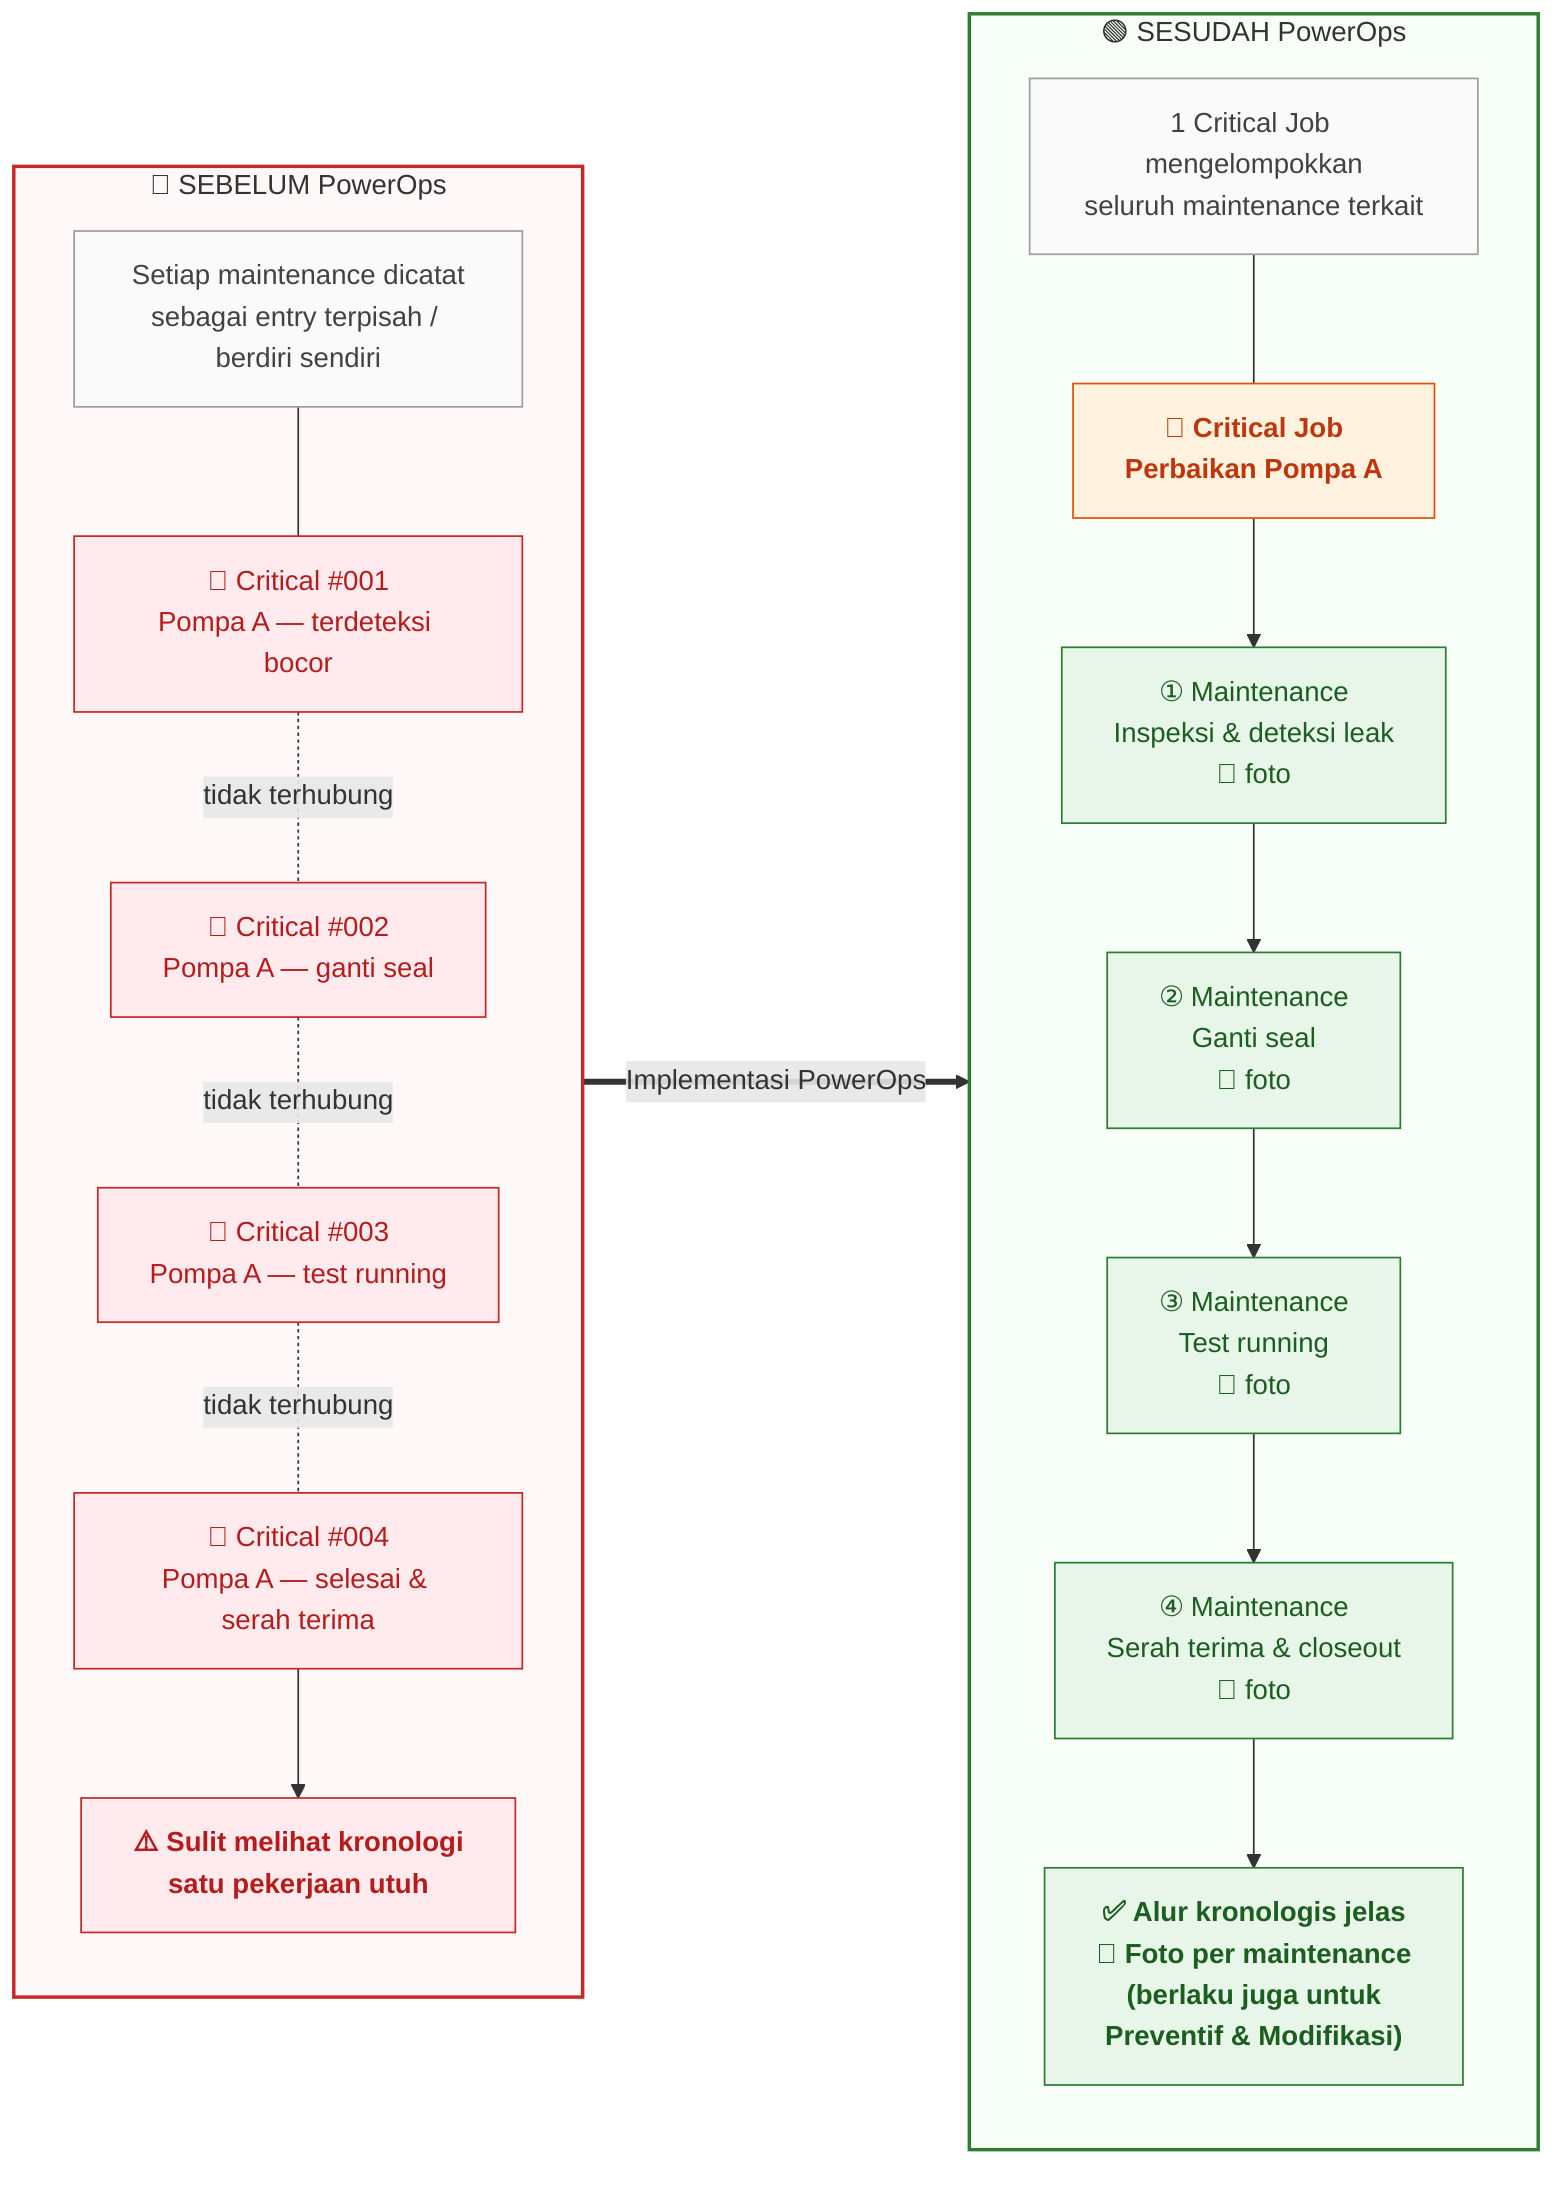
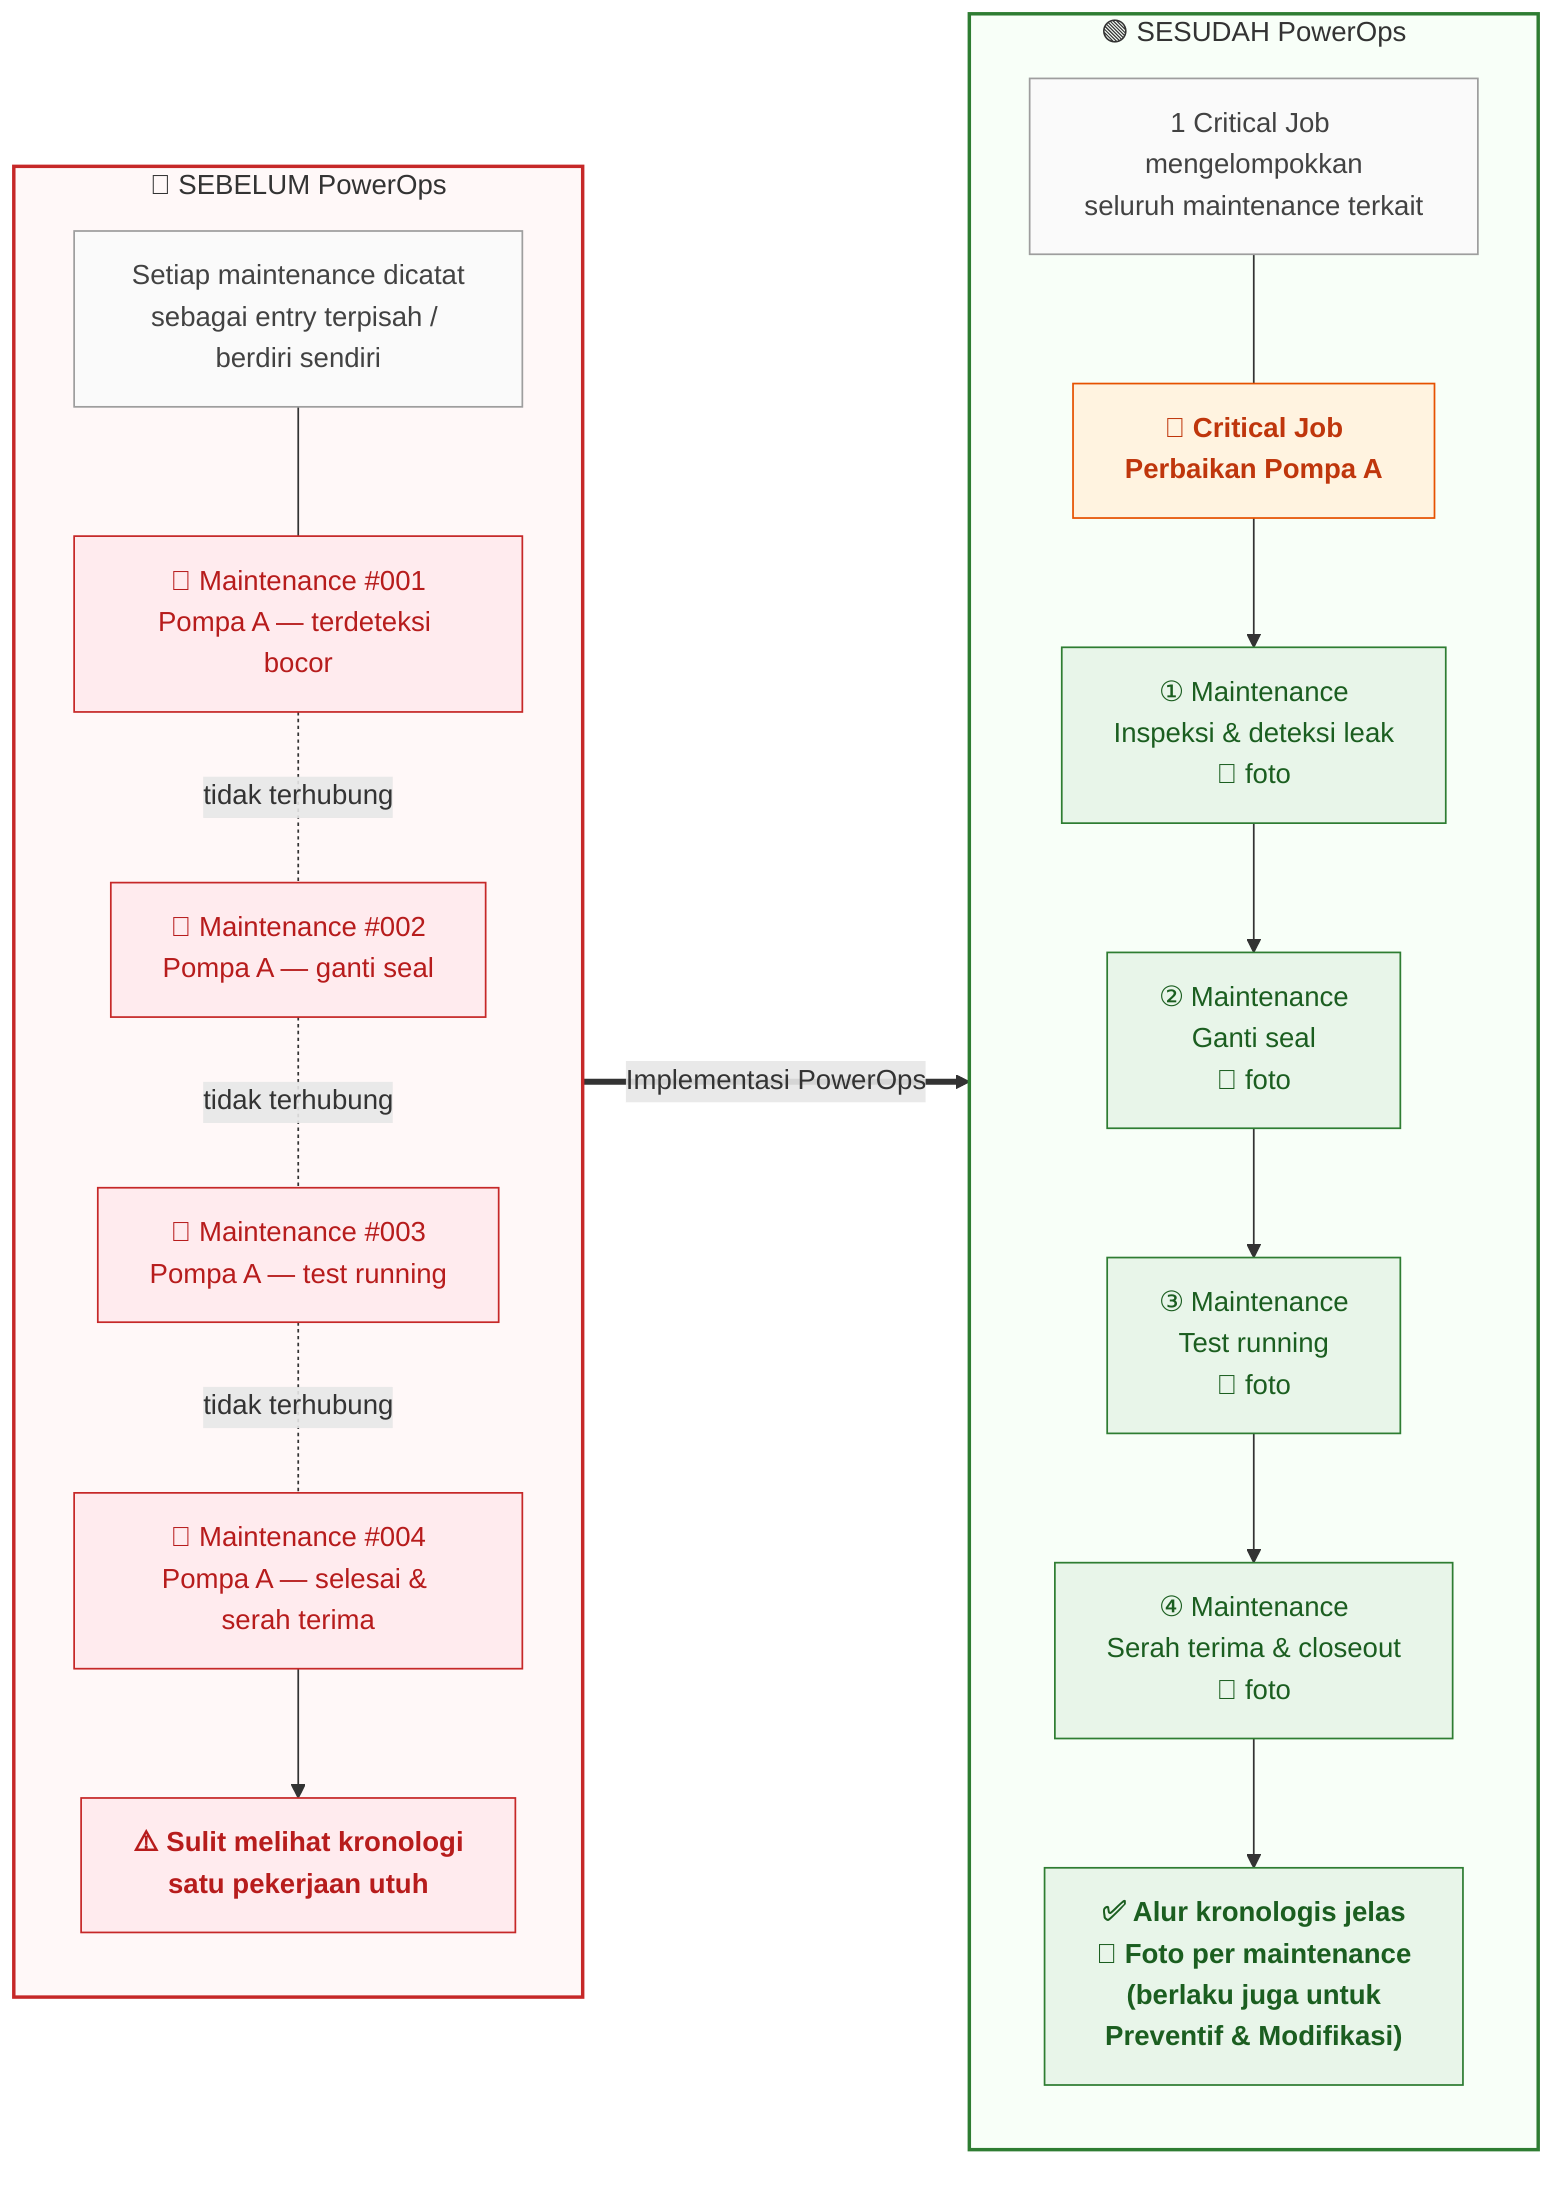
flowchart LR

%% ============== SEBELUM ==============
subgraph BEFORE["🔴 SEBELUM PowerOps"]
    direction TB
    NOTEB["Setiap maintenance dicatat<br/>sebagai entry terpisah / berdiri sendiri"]

-     C1["📍 Critical #001<br/>Pompa A — terdeteksi bocor"]
-     C2["📍 Critical #002<br/>Pompa A — ganti seal"]
-     C3["📍 Critical #003<br/>Pompa A — test running"]
-     C4["📍 Critical #004<br/>Pompa A — selesai &amp; serah terima"]
+     C1["📍 Maintenance #001<br/>Pompa A — terdeteksi bocor"]
+     C2["📍 Maintenance #002<br/>Pompa A — ganti seal"]
+     C3["📍 Maintenance #003<br/>Pompa A — test running"]
+     C4["📍 Maintenance #004<br/>Pompa A — selesai &amp; serah terima"]

    NOTEB --- C1
    C1 -.-|"tidak terhubung"| C2
    C2 -.-|"tidak terhubung"| C3
    C3 -.-|"tidak terhubung"| C4

    ISS["⚠️ Sulit melihat kronologi<br/>satu pekerjaan utuh"]
    C4 --> ISS
end

%% ============== SESUDAH ==============
subgraph AFTER["🟢 SESUDAH PowerOps"]
    direction TB
    NOTEA["1 Critical Job mengelompokkan<br/>seluruh maintenance terkait"]

    CJ["🔧 Critical Job<br/>Perbaikan Pompa A"]

    M1["① Maintenance<br/>Inspeksi &amp; deteksi leak<br/>📸 foto"]
    M2["② Maintenance<br/>Ganti seal<br/>📸 foto"]
    M3["③ Maintenance<br/>Test running<br/>📸 foto"]
    M4["④ Maintenance<br/>Serah terima &amp; closeout<br/>📸 foto"]

    NOTEA --- CJ
    CJ --> M1 --> M2 --> M3 --> M4

    BEN["✅ Alur kronologis jelas<br/>📸 Foto per maintenance<br/>(berlaku juga untuk<br/>Preventif &amp; Modifikasi)"]
    M4 --> BEN
end

BEFORE ==>|"Implementasi PowerOps"| AFTER

%% ============== STYLING ==============
classDef criticalNode fill:#FFEBEE,stroke:#C62828,color:#B71C1C;
classDef maintNode fill:#E8F5E9,stroke:#2E7D32,color:#1B5E20;
classDef parentNode fill:#FFF3E0,stroke:#E65100,color:#BF360C,font-weight:bold;
classDef noteNode fill:#FAFAFA,stroke:#9E9E9E,color:#424242;
classDef warnNode fill:#FFEBEE,stroke:#C62828,color:#B71C1C,font-weight:bold;
classDef benefitNode fill:#E8F5E9,stroke:#2E7D32,color:#1B5E20,font-weight:bold;

class C1,C2,C3,C4 criticalNode;
class M1,M2,M3,M4 maintNode;
class CJ parentNode;
class NOTEB,NOTEA noteNode;
class ISS warnNode;
class BEN benefitNode;

style BEFORE fill:#FFF8F8,stroke:#C62828,stroke-width:2px;
style AFTER fill:#F8FFF8,stroke:#2E7D32,stroke-width:2px;
